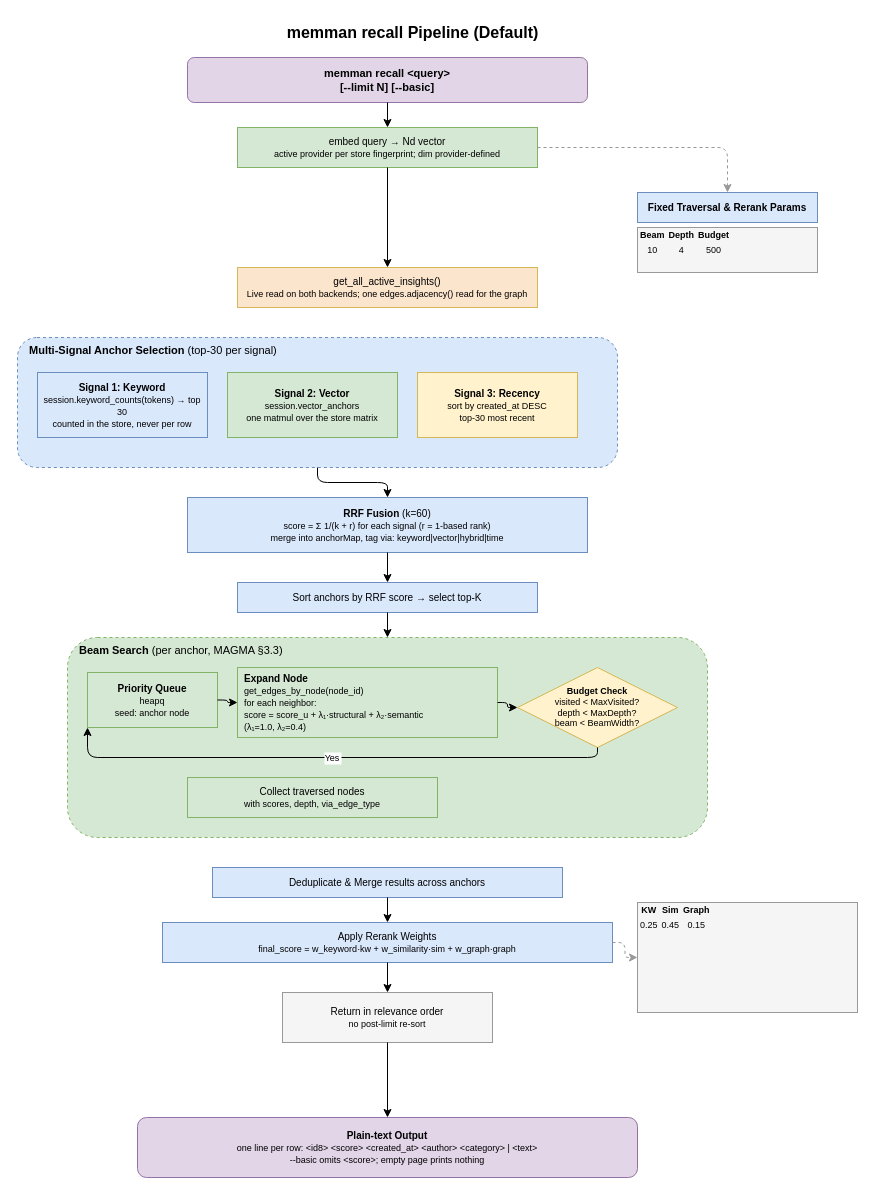
This is docs/diagrams/03-smart-recall-pipeline.drawio from bissli/memman, a draw.io file, before an edit. Source tidied: cells renumbered, new cells numbered last; positions are measured from the earlier drawing's top-left corner, leaving out a move shared by most shapes. Both pictures are drawn from the tidied source at 100%, with x=0, y=0 at pixel (17, 17).
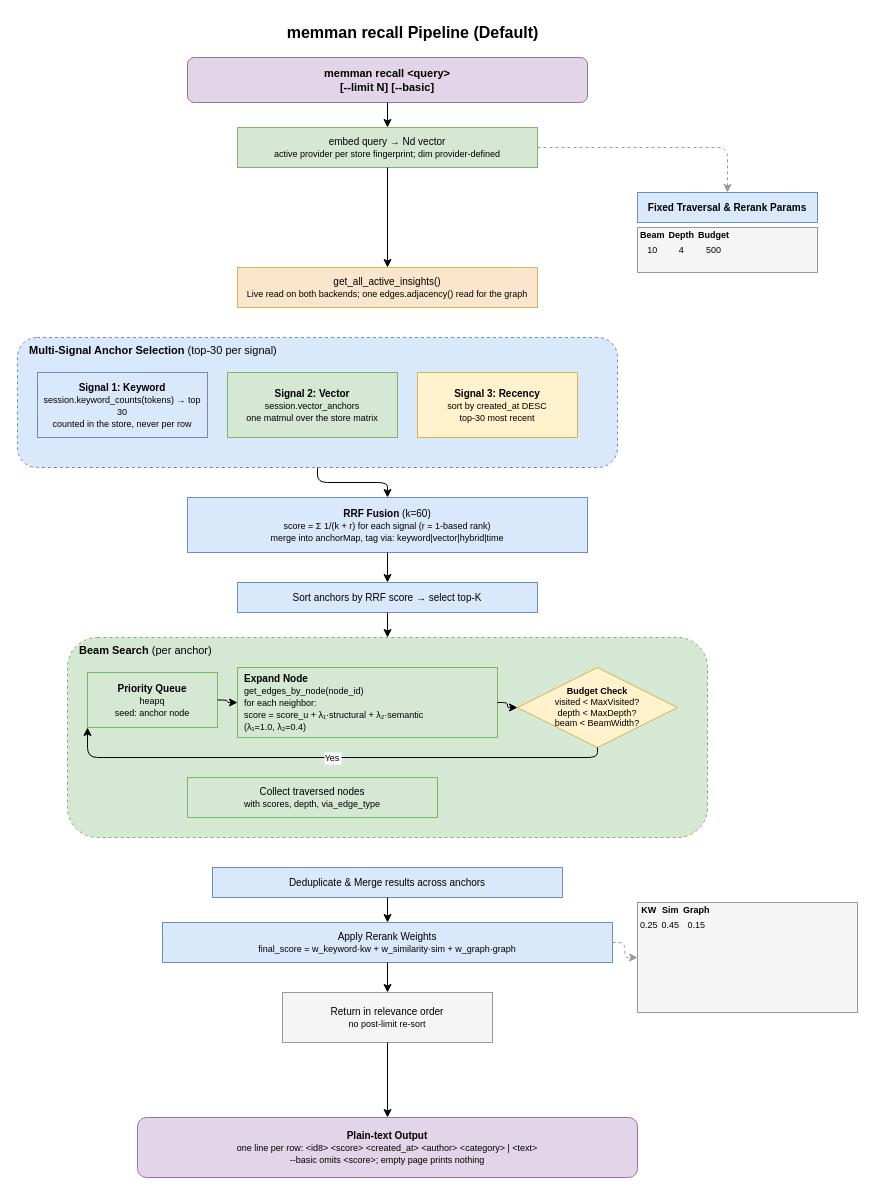
The same diagram, later.

Change to the diagram source:
```diff
@@
-    <mxCell id="19" value="&lt;b&gt;Beam Search&lt;/b&gt;  (per anchor, MAGMA §3.3)" style="rounded=1;whiteSpace=wrap;html=1;fillColor=#d5e8d4;strokeColor=#82b366;verticalAlign=top;fontSize=11;align=left;spacingLeft=10;dashed=1;" parent="1" vertex="1">
+    <mxCell id="19" value="&lt;b&gt;Beam Search&lt;/b&gt;  (per anchor)" style="rounded=1;whiteSpace=wrap;html=1;fillColor=#d5e8d4;strokeColor=#82b366;verticalAlign=top;fontSize=11;align=left;spacingLeft=10;dashed=1;" parent="1" vertex="1">
       <mxGeometry x="50" y="620" width="640" height="200" as="geometry" />
     </mxCell>
```
